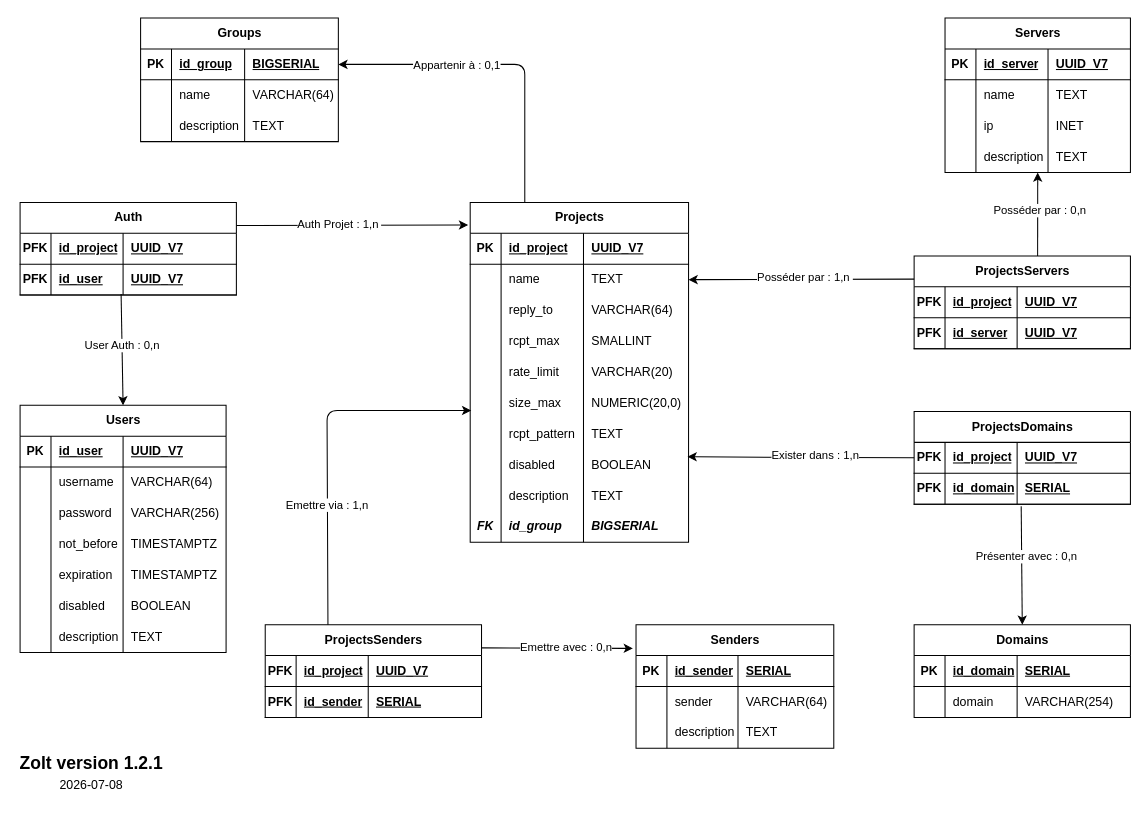
Earlier version of the draw.io diagram Doc/mpd.drawio (matyas-cyril/appmail-badger). Source tidied: cells renumbered, new cells numbered last; positions are measured from the earlier drawing's top-left corner, leaving out a move shared by most shapes. Both pictures are drawn from the tidied source at 103%, with x=0, y=0 at pixel (18, 18).
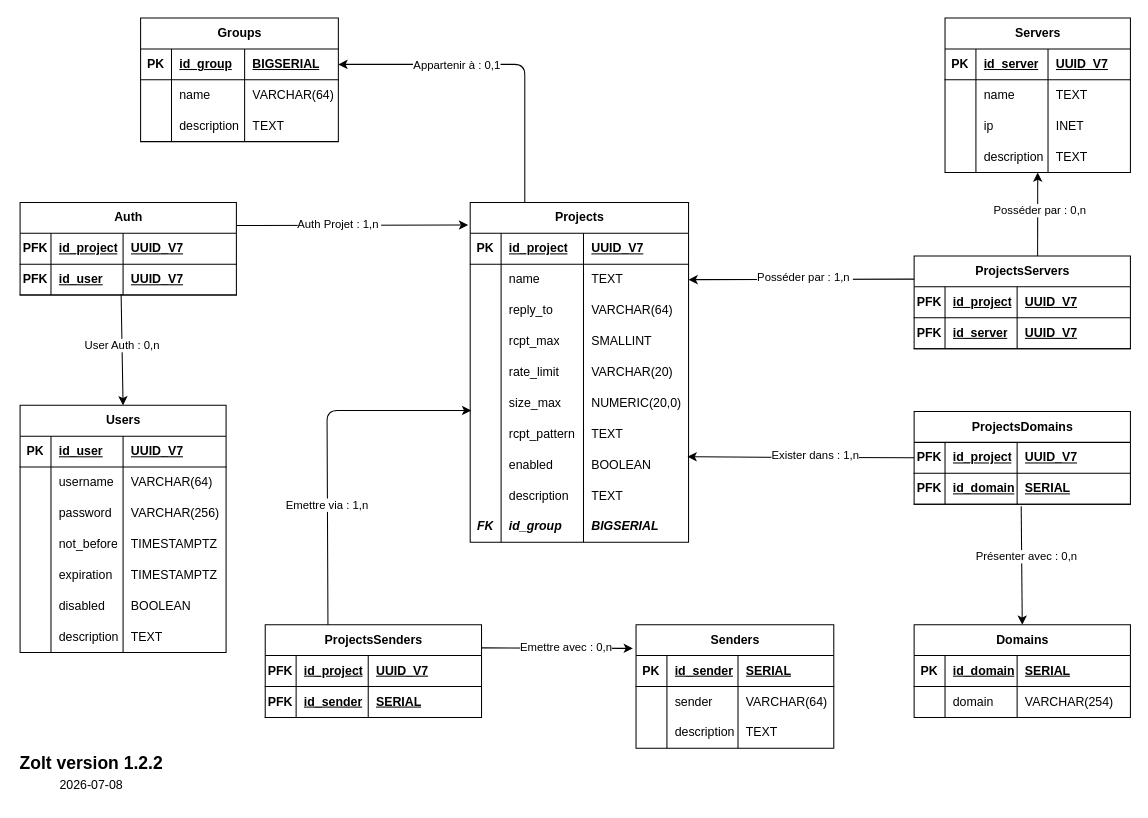
Above is the later version.

Commit message (it also covers changes not shown here):
Correction sur le nom du champ d'activation

The change refers to these unchanged cells:
```xml
<mxCell id="112" style="shape=tableRow;horizontal=0;startSize=0;swimlaneHead=0;swimlaneBody=0;fillColor=none;top=0;left=0;right=0;bottom=0;" parent="83" vertex="1">
  <mxGeometry y="240" width="212" height="30" as="geometry" />
</mxCell>
```

Change to the diagram source:
```diff
@@
-    <mxCell id="114" value="disabled" style="shape=partialRectangle;fillColor=none;top=0;left=0;bottom=0;right=0;align=left;spacingLeft=6;overflow=hidden;whiteSpace=wrap;html=1;" parent="112" vertex="1">
+    <mxCell id="114" value="enabled" style="shape=partialRectangle;fillColor=none;top=0;left=0;bottom=0;right=0;align=left;spacingLeft=6;overflow=hidden;whiteSpace=wrap;html=1;" parent="112" vertex="1">
       <mxGeometry x="30" width="80" height="30" as="geometry" />
     </mxCell>
@@
-    <mxCell id="178" value="&lt;div style=&quot;line-height: 80%;&quot;&gt;&lt;div align=&quot;left&quot;&gt;&lt;b&gt;&lt;font style=&quot;font-size: 17px; line-height: 80%;&quot;&gt;Zolt version 1.2.1&lt;/font&gt;&lt;/b&gt;&lt;/div&gt;&lt;div&gt;&lt;br&gt;&lt;/div&gt;&lt;div align=&quot;center&quot;&gt;2026-07-08&lt;/div&gt;&lt;/div&gt;" style="text;html=1;whiteSpace=wrap;strokeColor=none;fillColor=none;align=left;verticalAlign=middle;rounded=0;" parent="1" vertex="1">
+    <mxCell id="178" value="&lt;div style=&quot;line-height: 80%;&quot;&gt;&lt;div align=&quot;left&quot;&gt;&lt;b&gt;&lt;font style=&quot;font-size: 17px; line-height: 80%;&quot;&gt;Zolt version 1.2.2&lt;/font&gt;&lt;/b&gt;&lt;/div&gt;&lt;div&gt;&lt;br&gt;&lt;/div&gt;&lt;div align=&quot;center&quot;&gt;2026-07-08&lt;/div&gt;&lt;/div&gt;" style="text;html=1;whiteSpace=wrap;strokeColor=none;fillColor=none;align=left;verticalAlign=middle;rounded=0;" parent="1" vertex="1">
       <mxGeometry y="709" width="160" height="50" as="geometry" />
     </mxCell>
```
